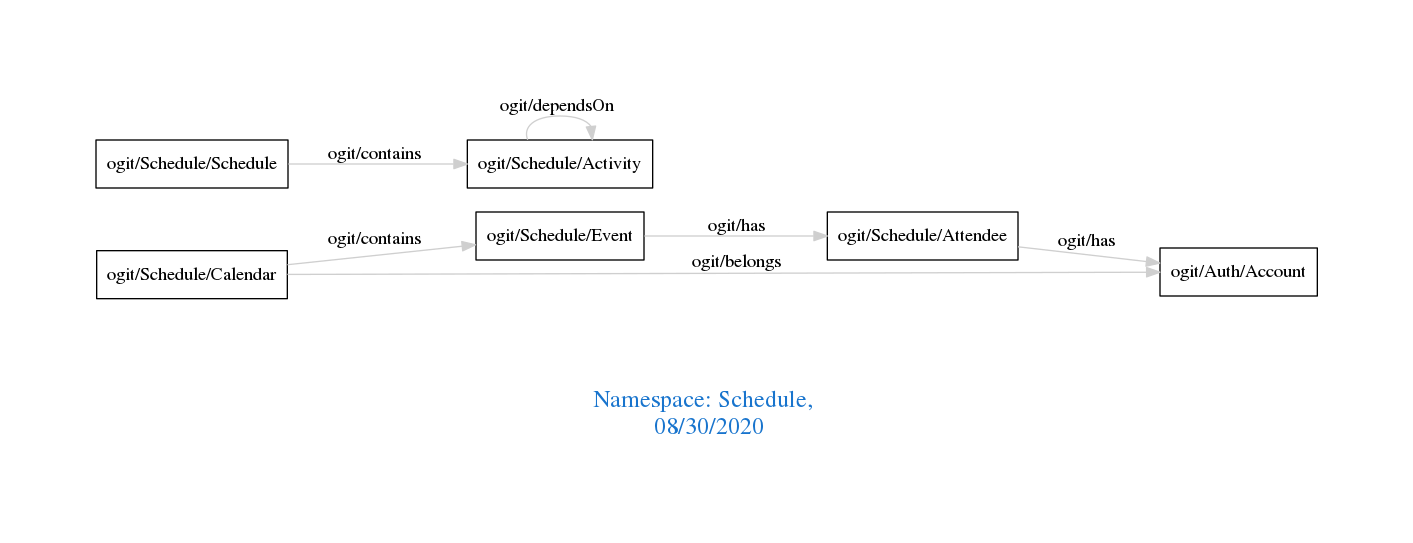
This is downloads/Schedule.png from arago/OGIT, a Graphviz export, as it was before one commit. Its source is kept beside it as downloads/Schedule.dot.
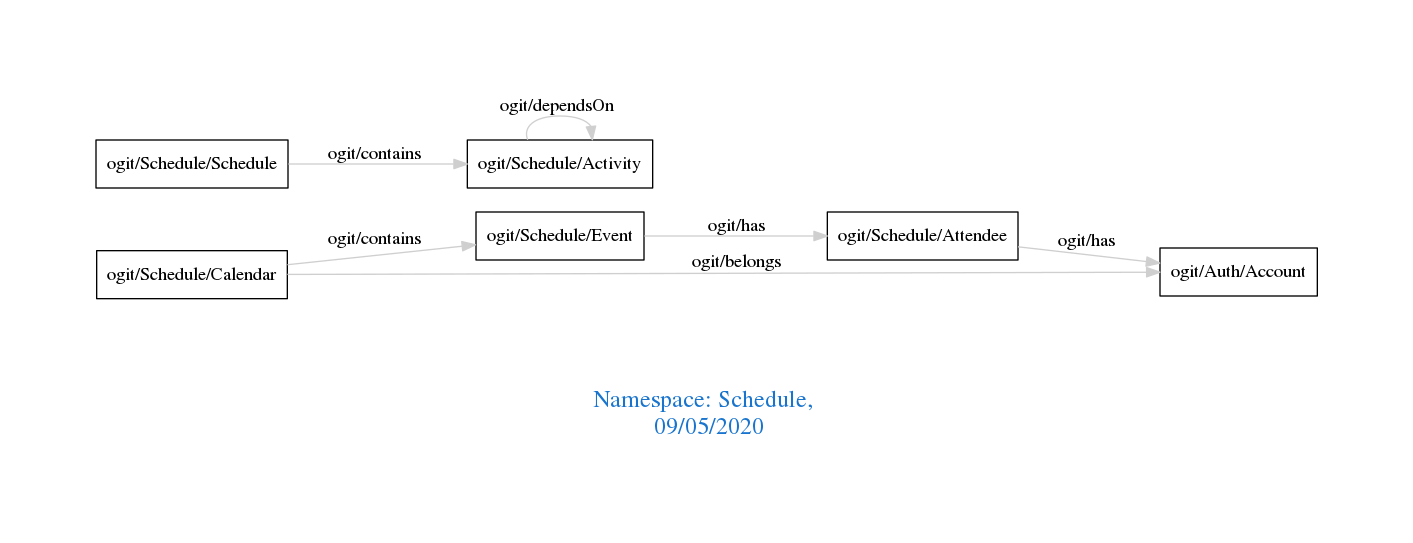
Later version of the same file.

Change to the diagram source:
```diff
@@ -1,7 +1,7 @@
 digraph OGIT_ontology {
  graph [ rankdir= LR,pad=1
 fontsize = 18,
-fontcolor= dodgerblue3,label = "\n\n\nNamespace: Schedule, \n 08/30/2020"];
+fontcolor= dodgerblue3,label = "\n\n\nNamespace: Schedule, \n 09/05/2020"];
 node[shape=polygon];
 edge [  color="gray81"];
 
```
